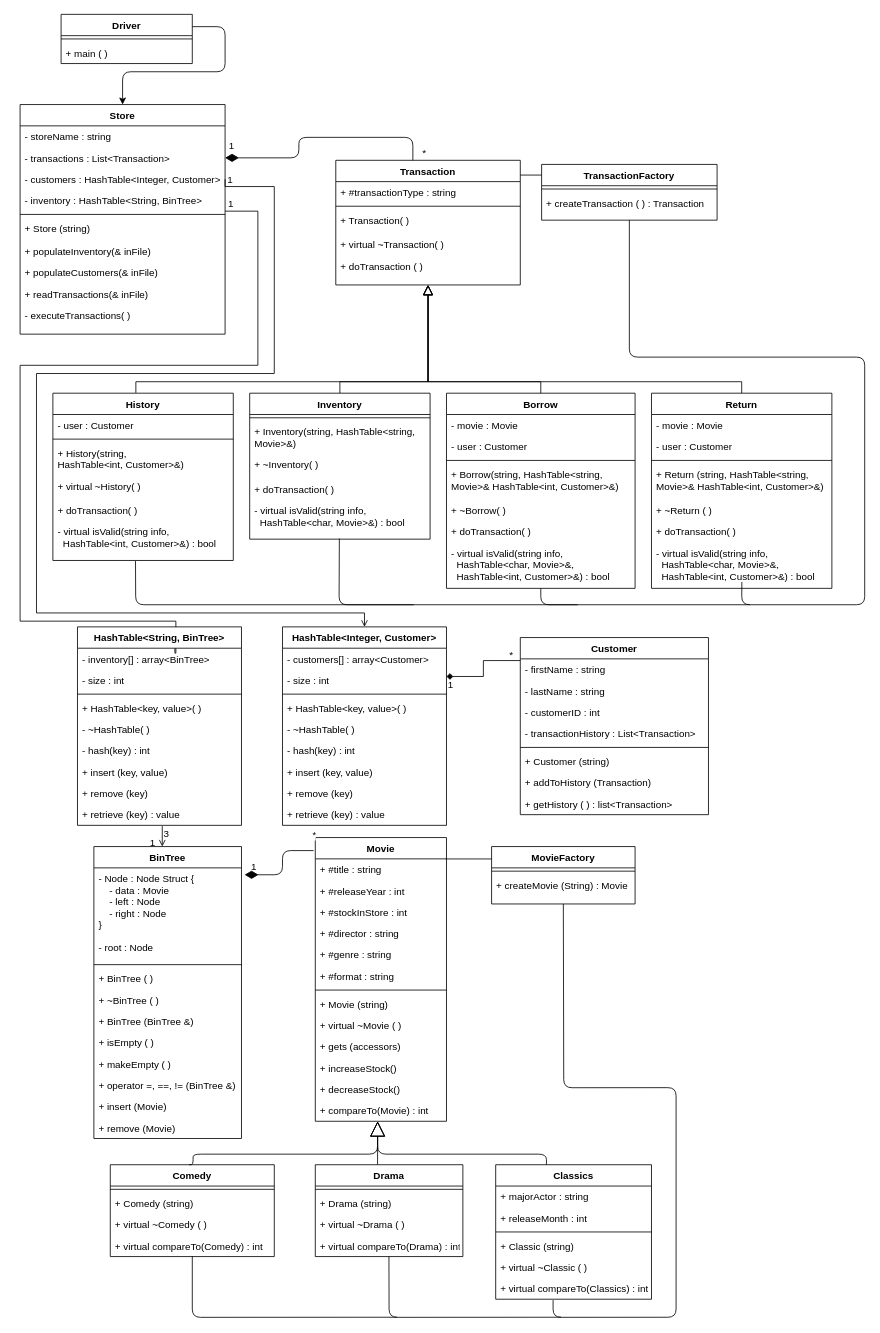
The draw.io diagram design/Redbox_UMLDiagram.drawio in jomandaman/redbox, before the edit. Source tidied: cells renumbered, new cells numbered last; positions are measured from the earlier drawing's top-left corner, leaving out a move shared by most shapes. Both pictures are drawn from the tidied source at 82%, with x=0, y=0 at pixel (20, 14).
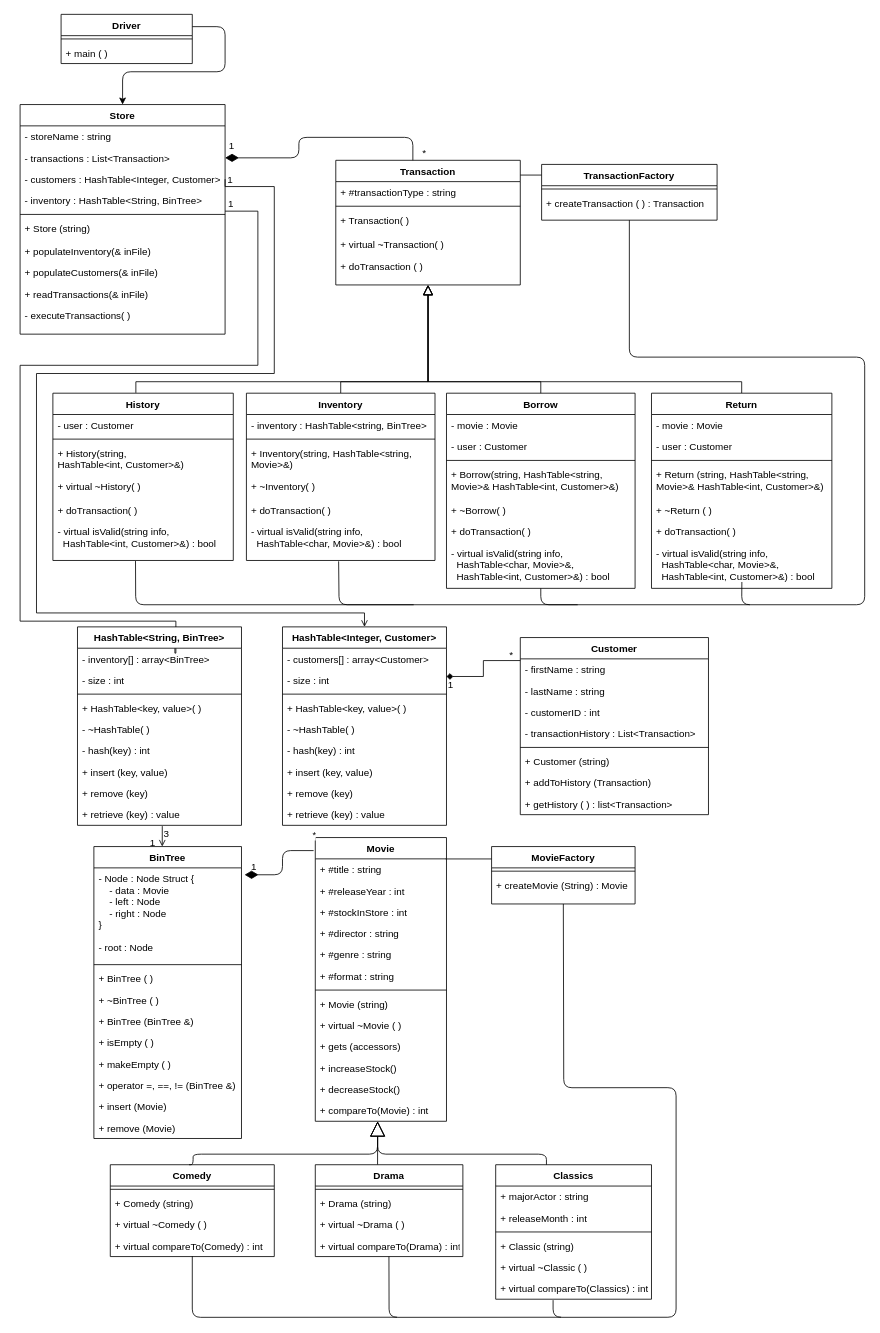
Above is the later version.

Commit message:
Quick update to inventory

Change to the diagram source:
```diff
@@
-    <mxCell id="37" style="endArrow=none;html=1;fontColor=#000000;exitX=0.497;exitY=0.986;exitDx=0;exitDy=0;exitPerimeter=0;" parent="1" edge="1" source="140">
+    <mxCell id="37" style="endArrow=none;html=1;fontColor=#000000;exitX=0.489;exitY=1.021;exitDx=0;exitDy=0;exitPerimeter=0;" parent="1" edge="1" source="140">
       <mxGeometry relative="1" as="geometry">
         <mxPoint x="680" y="720" as="targetPoint" />
         <Array as="points">
           <mxPoint x="389" y="720" />
         </Array>
       </mxGeometry>
     </mxCell>
@@
     <mxCell id="135" value="Inventory" style="swimlane;fontStyle=1;align=center;verticalAlign=top;horizontal=1;startSize=26;rounded=0;shadow=0;strokeWidth=1;" parent="1" vertex="1">
-      <mxGeometry x="280" y="462" width="220" height="178" as="geometry" />
+      <mxGeometry x="276" y="462" width="230" height="204" as="geometry" />
     </mxCell>
+    <mxCell id="161" value="- inventory : HashTable&lt;string, BinTree&gt;" style="text;strokeColor=none;fillColor=none;align=left;verticalAlign=top;spacingLeft=4;spacingRight=4;overflow=hidden;fontColor=#000000;" parent="135" vertex="1">
+      <mxGeometry y="26" width="230" height="26" as="geometry" />
+    </mxCell>
     <mxCell id="136" style="line;html=1;strokeWidth=1;align=left;verticalAlign=middle;spacingTop=-1;spacingLeft=3;spacingRight=3;labelPosition=right;" parent="135" vertex="1">
-      <mxGeometry y="26" width="220" height="8" as="geometry" />
+      <mxGeometry y="52" width="230" height="8" as="geometry" />
     </mxCell>
     <mxCell id="137" value="+ Inventory(string, HashTable&lt;string, &#10;Movie&gt;&amp;)" style="text;strokeColor=none;fillColor=none;align=left;verticalAlign=top;spacingLeft=4;spacingRight=4;overflow=hidden;fontColor=#000000;" parent="135" vertex="1">
-      <mxGeometry y="34" width="220" height="40" as="geometry" />
+      <mxGeometry y="60" width="230" height="40" as="geometry" />
     </mxCell>
     <mxCell id="138" value="+ ~Inventory( )" style="text;strokeColor=none;fillColor=none;align=left;verticalAlign=top;spacingLeft=4;spacingRight=4;overflow=hidden;fontColor=#000000;" parent="135" vertex="1">
-      <mxGeometry y="74" width="220" height="30" as="geometry" />
+      <mxGeometry y="100" width="230" height="30" as="geometry" />
     </mxCell>
     <mxCell id="139" value="+ doTransaction( )" style="text;strokeColor=none;fillColor=none;align=left;verticalAlign=top;spacingLeft=4;spacingRight=4;overflow=hidden;fontColor=#000000;" parent="135" vertex="1">
-      <mxGeometry y="104" width="220" height="26" as="geometry" />
+      <mxGeometry y="130" width="230" height="26" as="geometry" />
     </mxCell>
     <mxCell id="140" value="- virtual isValid(string info, &#10;  HashTable&lt;char, Movie&gt;&amp;) : bool" style="text;strokeColor=none;fillColor=none;align=left;verticalAlign=top;spacingLeft=4;spacingRight=4;overflow=hidden;points=[[0,0.5],[1,0.5]];portConstraint=eastwest;" parent="135" vertex="1">
-      <mxGeometry y="130" width="220" height="48" as="geometry" />
+      <mxGeometry y="156" width="230" height="48" as="geometry" />
     </mxCell>
```
